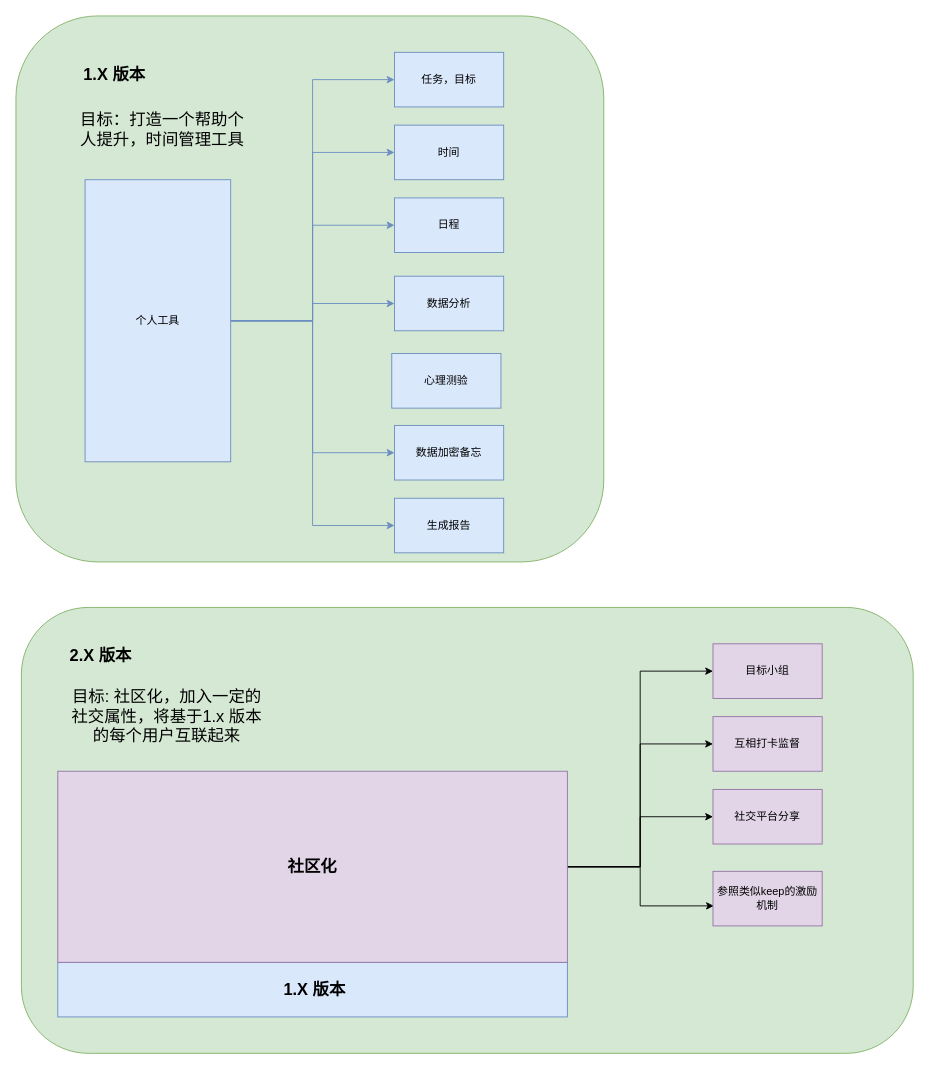
Above: lingxi-taurus/lx-规划.drawio in GitHeP/diagrams (draw.io), before the change. Source tidied: cells renumbered, new cells numbered last; positions are measured from the earlier drawing's top-left corner, leaving out a move shared by most shapes. Both pictures are drawn from the tidied source at 91%, with x=0, y=0 at pixel (15, 15).
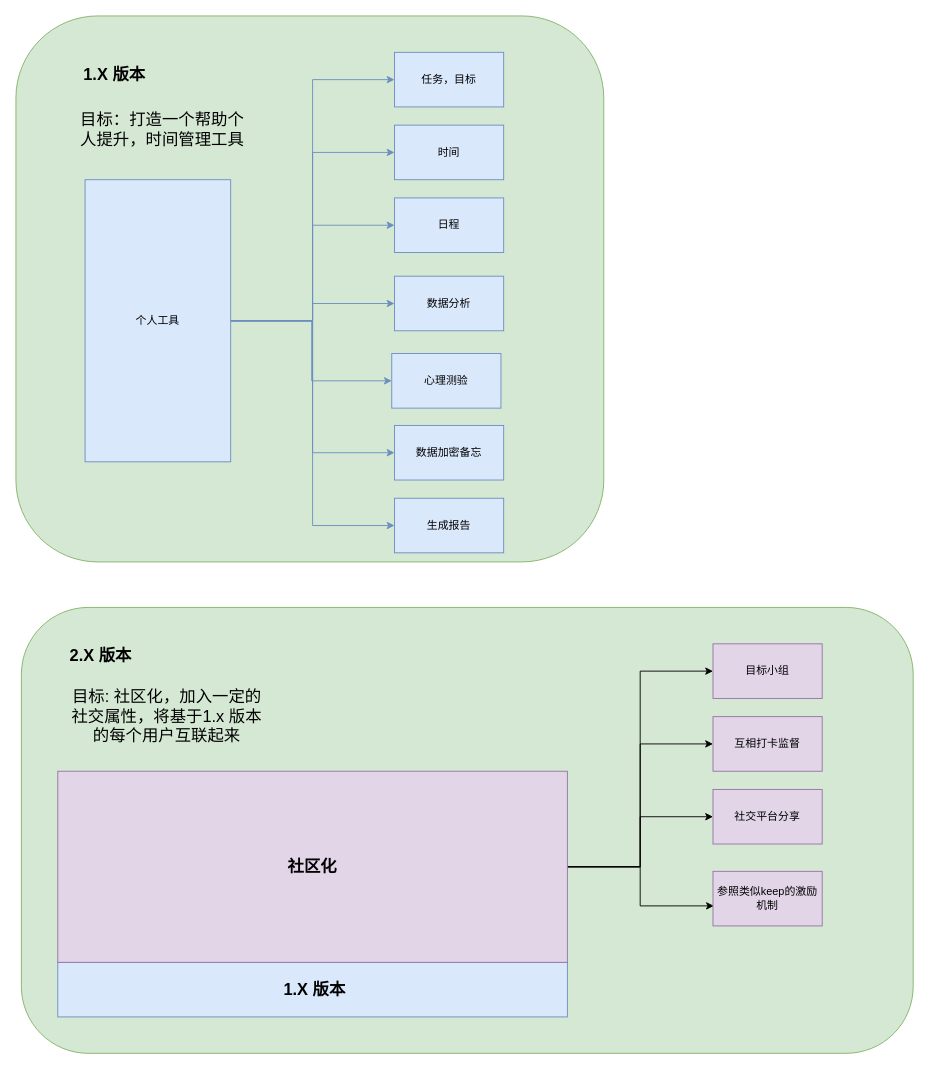
After the change.

Unchanged cells that the change refers to:
```xml
<mxCell id="9" value="个人工具" style="rounded=0;whiteSpace=wrap;html=1;fillColor=#dae8fc;strokeColor=#6c8ebf;" parent="1" vertex="1">
  <mxGeometry x="76" y="180" width="160" height="310" as="geometry" />
</mxCell>
<mxCell id="14" value="心理测验" style="rounded=0;whiteSpace=wrap;html=1;fillColor=#dae8fc;strokeColor=#6c8ebf;" parent="1" vertex="1">
  <mxGeometry x="413" y="371" width="120" height="60" as="geometry" />
</mxCell>
```

Diff of the diagram source:
```diff
@@
+    <mxCell id="32" style="edgeStyle=orthogonalEdgeStyle;rounded=0;jettySize=auto;html=1;entryX=0;entryY=0.5;entryDx=0;entryDy=0;fontSize=18;fillColor=#dae8fc;strokeColor=#6c8ebf;" parent="1" edge="1" source="9" target="14">
+      <mxGeometry relative="1" as="geometry">
+        <Array as="points">
+          <mxPoint x="325" y="335" />
+          <mxPoint x="325" y="401" />
+        </Array>
+      </mxGeometry>
+    </mxCell>
```
